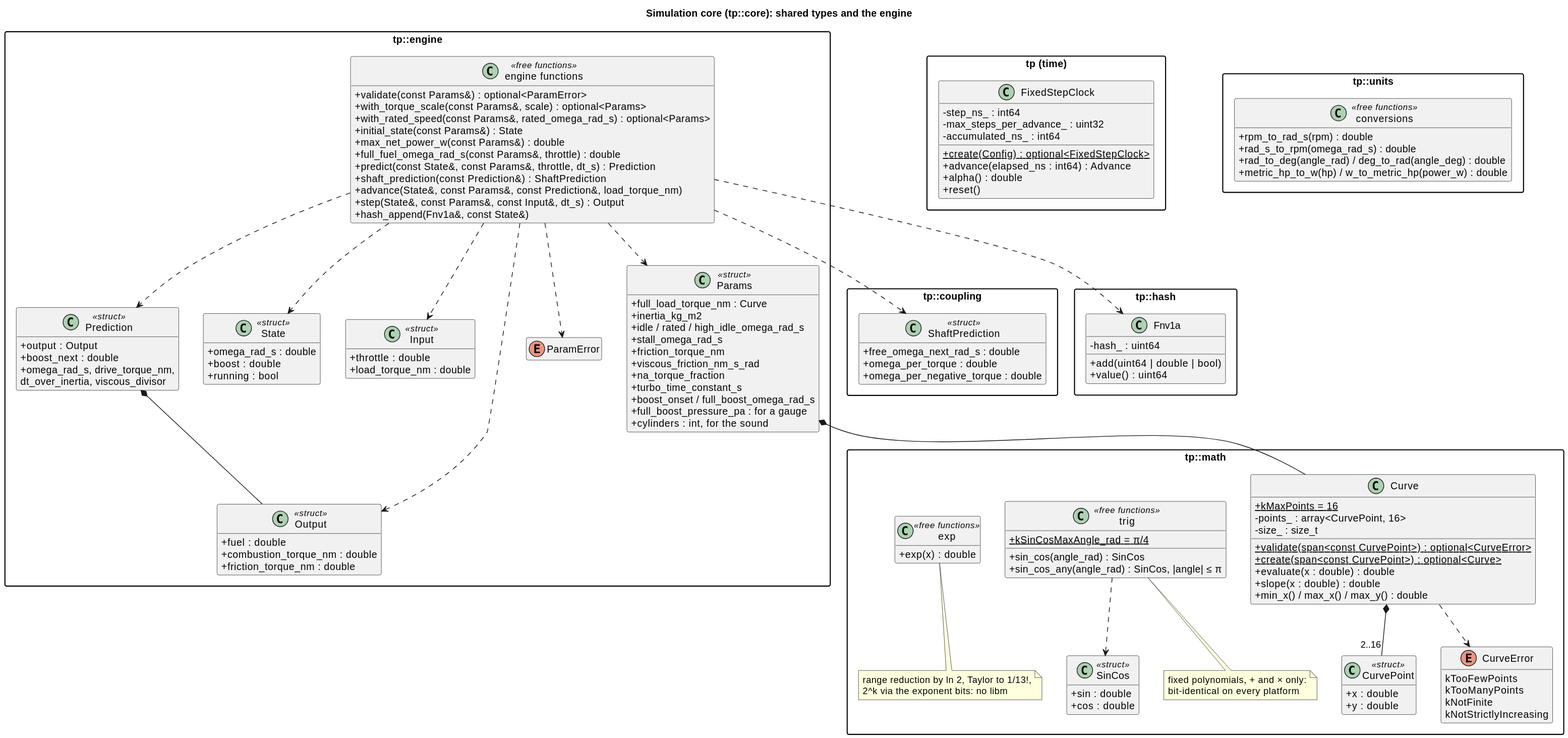
wversteeg/TractorPulling keeps this PlantUML diagram as docs/diagrams/svg/core_classes.svg. Above is the earlier version.
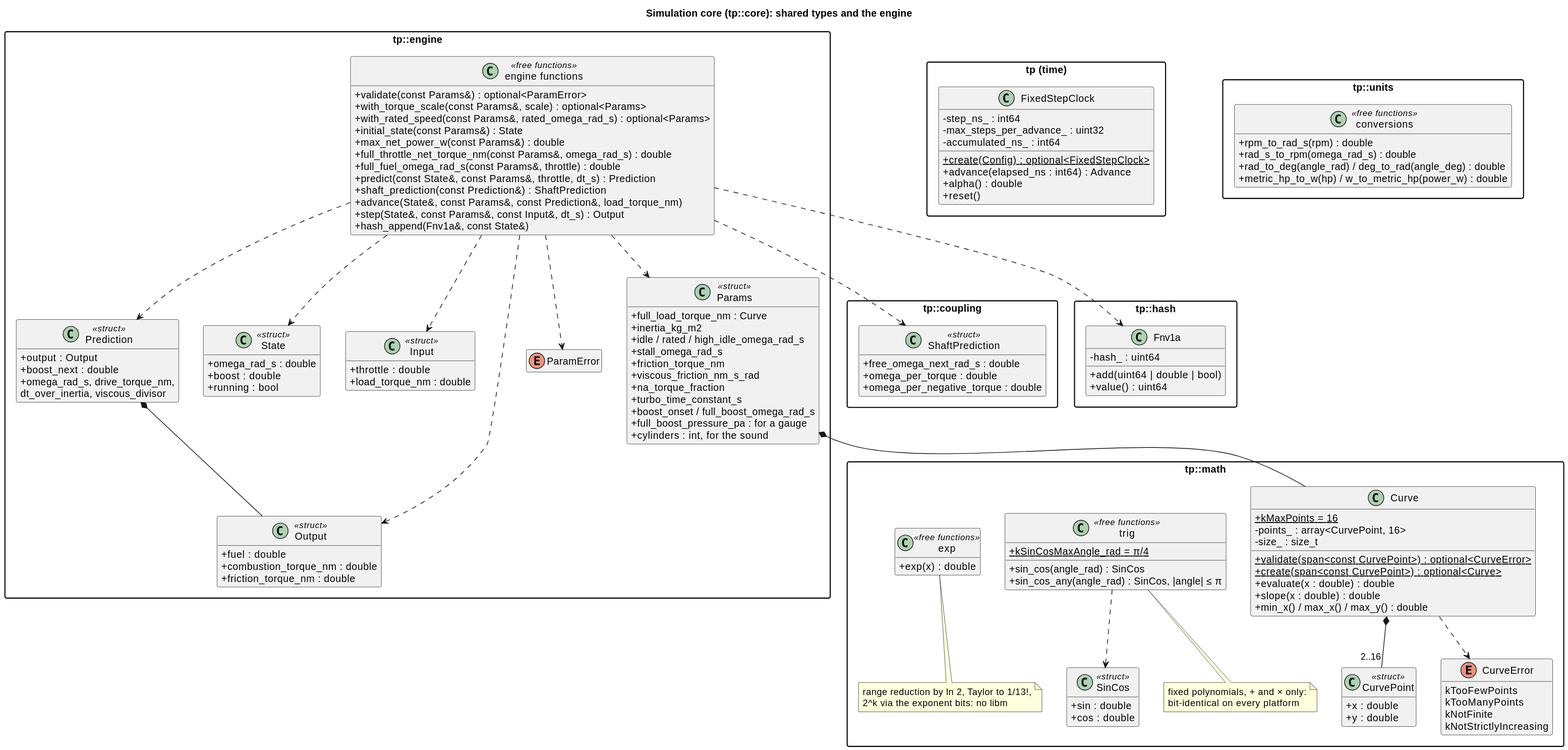
After the change.

Diff of the diagram source:
```diff
@@ -99,6 +99,7 @@
       +with_rated_speed(const Params&, rated_omega_rad_s) : optional<Params>
       +initial_state(const Params&) : State
       +max_net_power_w(const Params&) : double
+      +full_throttle_net_torque_nm(const Params&, omega_rad_s) : double
       +full_fuel_omega_rad_s(const Params&, throttle) : double
       +predict(const State&, const Params&, throttle, dt_s) : Prediction
       +shaft_prediction(const Prediction&) : ShaftPrediction
```
